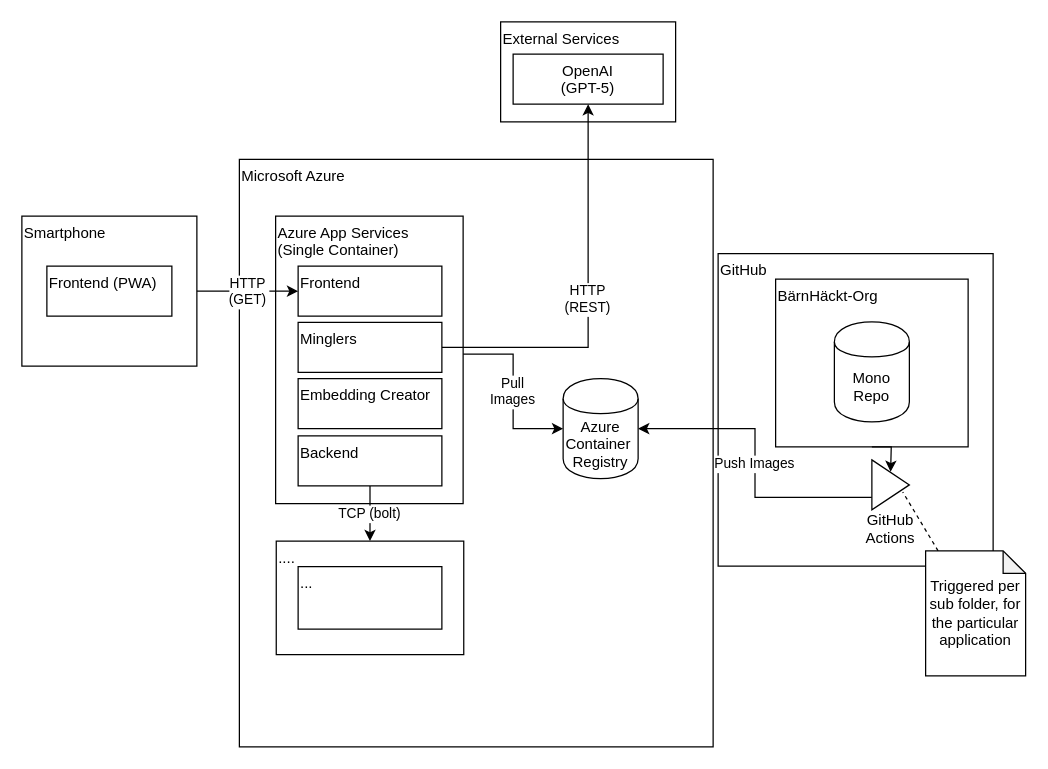
Before: page "Verteilungssicht" (2 of 2) of docs/diagrams.drawio in baernhaeckt/menumingles, a draw.io diagram. Source tidied: cells renumbered, new cells numbered last; positions are measured from the earlier drawing's top-left corner, leaving out a move shared by most shapes. Both pictures are drawn from the tidied source at 125%, with x=0, y=0 at pixel (21, 21).
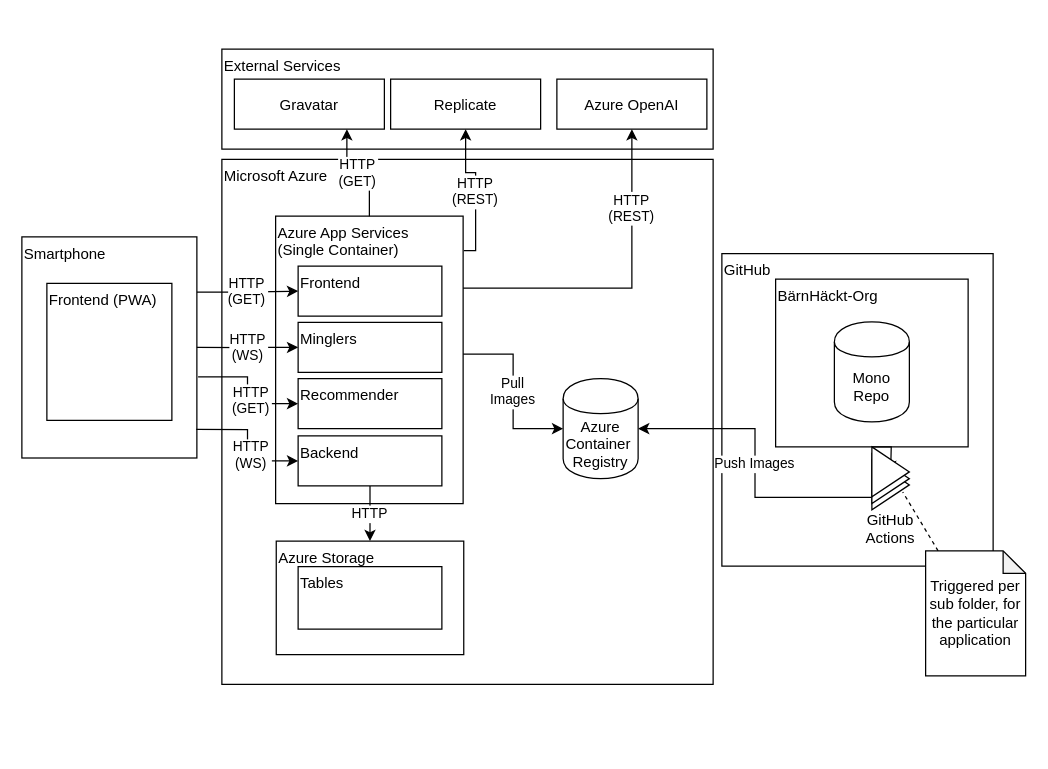
Above is the later version.

The change refers to these unchanged cells:
```xml
<mxCell id="11" value="Azure App Services &#10;(Single Container)&#10;" style="align=left;verticalAlign=top;" parent="1" vertex="1">
  <mxGeometry x="203" y="155.4" width="150" height="230" as="geometry" />
</mxCell>
<mxCell id="15" value="Frontend" style="align=left;verticalAlign=top;" parent="1" vertex="1">
  <mxGeometry x="221" y="195.4" width="115" height="40" as="geometry" />
</mxCell>
<mxCell id="21" value="Minglers" style="align=left;verticalAlign=top;" parent="1" vertex="1">
  <mxGeometry x="221" y="240.4" width="115" height="40" as="geometry" />
</mxCell>
<mxCell id="22" value="Backend" style="align=left;verticalAlign=top;" parent="1" vertex="1">
  <mxGeometry x="221" y="331.2" width="115" height="40" as="geometry" />
</mxCell>
```

What changed in the source:
```diff
@@
     <mxCell id="2" value="GitHub" style="rounded=0;align=left;verticalAlign=top;" parent="1" vertex="1">
-      <mxGeometry x="557" y="185.4" width="220" height="250" as="geometry" />
+      <mxGeometry x="560" y="185.4" width="217" height="250" as="geometry" />
     </mxCell>
@@
     <mxCell id="4" value="Smartphone" style="rounded=0;align=left;verticalAlign=top;" parent="1" vertex="1">
-      <mxGeometry y="155.4" width="140" height="120" as="geometry" />
+      <mxGeometry y="172" width="140" height="176.9" as="geometry" />
     </mxCell>
     <mxCell id="5" value="External Services" style="rounded=0;align=left;verticalAlign=top;" parent="1" vertex="1">
-      <mxGeometry x="383" width="140" height="80" as="geometry" />
+      <mxGeometry x="160" y="21.8" width="393" height="80" as="geometry" />
     </mxCell>
     <mxCell id="6" value="Microsoft Azure" style="rounded=0;align=left;verticalAlign=top;" parent="1" vertex="1">
-      <mxGeometry x="174" y="110" width="379" height="470" as="geometry" />
+      <mxGeometry x="160" y="110" width="393" height="420" as="geometry" />
     </mxCell>
@@
     <mxCell id="12" value="Frontend (PWA)" style="align=left;verticalAlign=top;" parent="1" vertex="1">
-      <mxGeometry x="20" y="195.4" width="100" height="40" as="geometry" />
+      <mxGeometry x="20" y="209.2" width="100" height="109.6" as="geometry" />
     </mxCell>
-    <mxCell id="13" value="HTTP&#10;(GET)" style="edgeStyle=orthogonalEdgeStyle;rounded=0;jettySize=auto;exitX=1;exitY=0.5;exitDx=0;exitDy=0;" parent="1" edge="1" source="4" target="15">
+    <mxCell id="13" value="HTTP&#10;(GET)" style="edgeStyle=orthogonalEdgeStyle;rounded=0;jettySize=auto;exitX=1;exitY=0.25;exitDx=0;exitDy=0;" parent="1" edge="1" source="4" target="15">
       <mxGeometry relative="1" as="geometry" />
     </mxCell>
-    <mxCell id="14" value="TCP (bolt)" style="edgeStyle=orthogonalEdgeStyle;rounded=0;jettySize=auto;exitX=0.5;exitY=1;exitDx=0;exitDy=0;" parent="1" edge="1" source="22" target="16">
+    <mxCell id="14" value="HTTP" style="edgeStyle=orthogonalEdgeStyle;rounded=0;jettySize=auto;exitX=0.5;exitY=1;exitDx=0;exitDy=0;" parent="1" edge="1" source="22" target="16">
       <mxGeometry relative="1" as="geometry" />
     </mxCell>
@@
-    <mxCell id="16" value="...." style="align=left;verticalAlign=top;" parent="1" vertex="1">
+    <mxCell id="16" value="Azure Storage" style="align=left;verticalAlign=top;" parent="1" vertex="1">
       <mxGeometry x="203.5" y="415.4" width="150" height="90.8" as="geometry" />
     </mxCell>
-    <mxCell id="17" value="OpenAI&#10;(GPT-5)" style="rounded=0;" parent="1" vertex="1">
-      <mxGeometry x="393" y="25.8" width="120" height="40" as="geometry" />
+    <mxCell id="17" value="Azure OpenAI" style="rounded=0;" parent="1" vertex="1">
+      <mxGeometry x="428" y="45.8" width="120" height="40" as="geometry" />
     </mxCell>
-    <mxCell id="18" value="Embedding Creator" style="align=left;verticalAlign=top;" parent="1" vertex="1">
+    <mxCell id="18" value="Recommender" style="align=left;verticalAlign=top;" parent="1" vertex="1">
       <mxGeometry x="221" y="285.4" width="115" height="40" as="geometry" />
     </mxCell>
-    <mxCell id="19" value="HTTP&#10;(REST)" style="endArrow=classic;entryX=0.5;entryY=1;entryDx=0;entryDy=0;edgeStyle=orthogonalEdgeStyle;rounded=0;exitX=1;exitY=0.5;exitDx=0;exitDy=0;" parent="1" edge="1" source="21" target="17">
-      <mxGeometry relative="1" as="geometry" />
+    <mxCell id="19" value="HTTP&#10;(REST)" style="endArrow=classic;entryX=0.5;entryY=1;entryDx=0;entryDy=0;edgeStyle=orthogonalEdgeStyle;rounded=0;exitX=1;exitY=0.25;exitDx=0;exitDy=0;" parent="1" edge="1" source="11" target="17">
+      <mxGeometry x="0.52" relative="1" as="geometry" />
     </mxCell>
@@
-    <mxCell id="23" value="..." style="align=left;verticalAlign=top;" parent="1" vertex="1">
+    <mxCell id="23" value="Tables" style="align=left;verticalAlign=top;" parent="1" vertex="1">
       <mxGeometry x="221" y="435.8" width="115" height="50" as="geometry" />
     </mxCell>
@@
+    <mxCell id="28" value="Replicate" style="rounded=0;" parent="1" vertex="1">
+      <mxGeometry x="295" y="45.8" width="120" height="40" as="geometry" />
+    </mxCell>
+    <mxCell id="29" value="HTTP&#10;(REST)" style="endArrow=classic;entryX=0.5;entryY=1;entryDx=0;entryDy=0;edgeStyle=orthogonalEdgeStyle;rounded=0;exitX=1.004;exitY=0.12;exitDx=0;exitDy=0;exitPerimeter=0;" parent="1" edge="1" source="11" target="28">
+      <mxGeometry relative="1" as="geometry" />
+    </mxCell>
+    <mxCell id="30" value="HTTP&#10;(WS)" style="edgeStyle=orthogonalEdgeStyle;rounded=0;jettySize=auto;exitX=1;exitY=0.5;exitDx=0;exitDy=0;" parent="1" edge="1" source="4" target="21">
+      <mxGeometry relative="1" as="geometry" />
+    </mxCell>
+    <mxCell id="31" value="HTTP&#10;(WS)" style="edgeStyle=orthogonalEdgeStyle;rounded=0;jettySize=auto;exitX=0.996;exitY=0.871;exitDx=0;exitDy=0;exitPerimeter=0;" parent="1" edge="1" source="4" target="22">
+      <mxGeometry x="0.14" y="3" relative="1" as="geometry" />
+    </mxCell>
+    <mxCell id="32" value="HTTP&#10;(GET)" style="edgeStyle=orthogonalEdgeStyle;rounded=0;jettySize=auto;exitX=1.007;exitY=0.633;exitDx=0;exitDy=0;exitPerimeter=0;" parent="1" edge="1" source="4" target="18">
+      <mxGeometry x="0.14" y="3" relative="1" as="geometry" />
+    </mxCell>
+    <mxCell id="33" value="Gravatar" style="rounded=0;" parent="1" vertex="1">
+      <mxGeometry x="170" y="45.8" width="120" height="40" as="geometry" />
+    </mxCell>
+    <mxCell id="34" value="HTTP&#10;(GET)" style="endArrow=classic;entryX=0.75;entryY=1;entryDx=0;entryDy=0;edgeStyle=orthogonalEdgeStyle;rounded=0;exitX=0.5;exitY=0;exitDx=0;exitDy=0;" parent="1" edge="1" source="11" target="33">
+      <mxGeometry relative="1" as="geometry" />
+    </mxCell>
+    <mxCell id="35" style="triangle;whiteSpace=wrap;align=left;" parent="1" vertex="1">
+      <mxGeometry x="680" y="345.4" width="30" height="40" as="geometry" />
+    </mxCell>
+    <mxCell id="36" style="triangle;whiteSpace=wrap;align=left;" parent="1" vertex="1">
+      <mxGeometry x="680" y="340" width="30" height="40" as="geometry" />
+    </mxCell>
```
